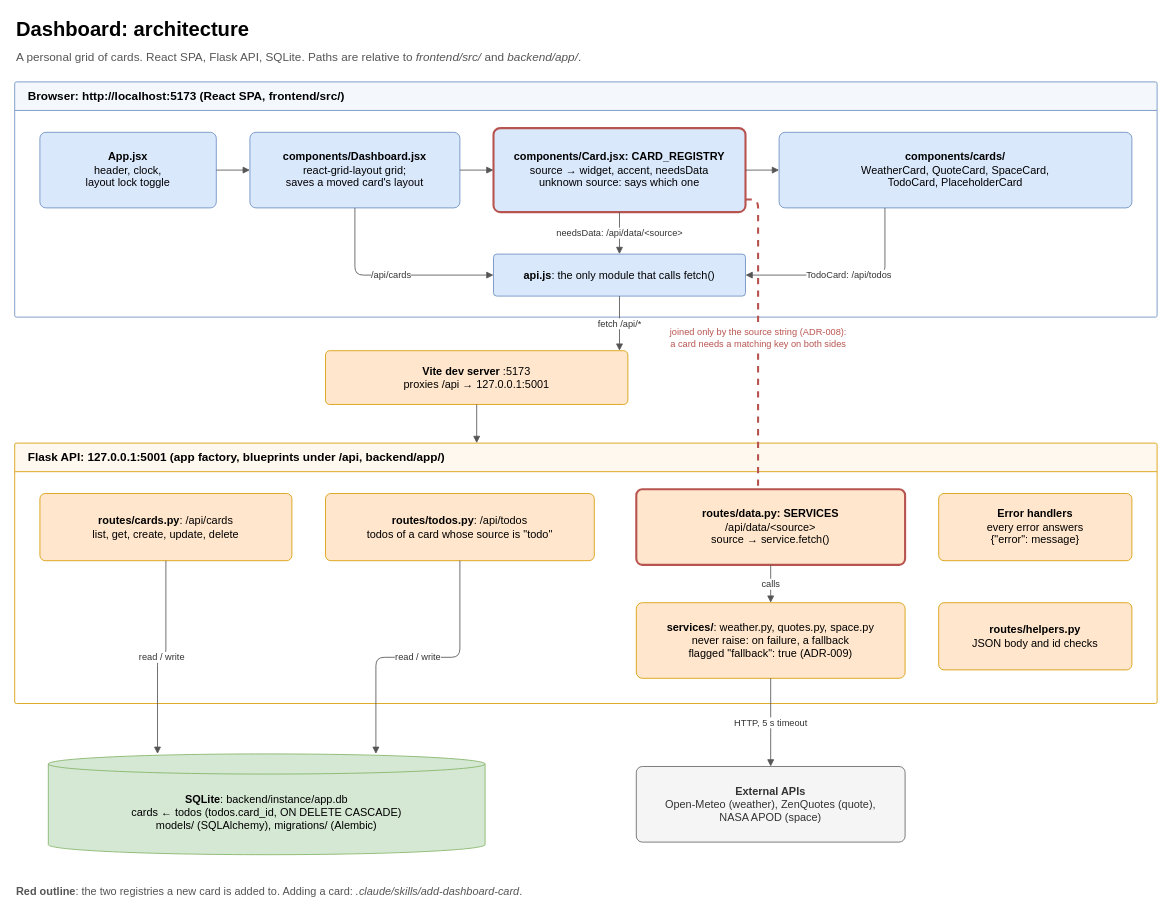
rearc/agentic_ide_demo_app_public keeps this draw.io diagram as docs/architecture.drawio. Above is the earlier version. Source tidied: cells renumbered, new cells numbered last; positions are measured from the earlier drawing's top-left corner, leaving out a move shared by most shapes. Both pictures are drawn from the tidied source at 84%, with x=0, y=0 at pixel (14, 14).
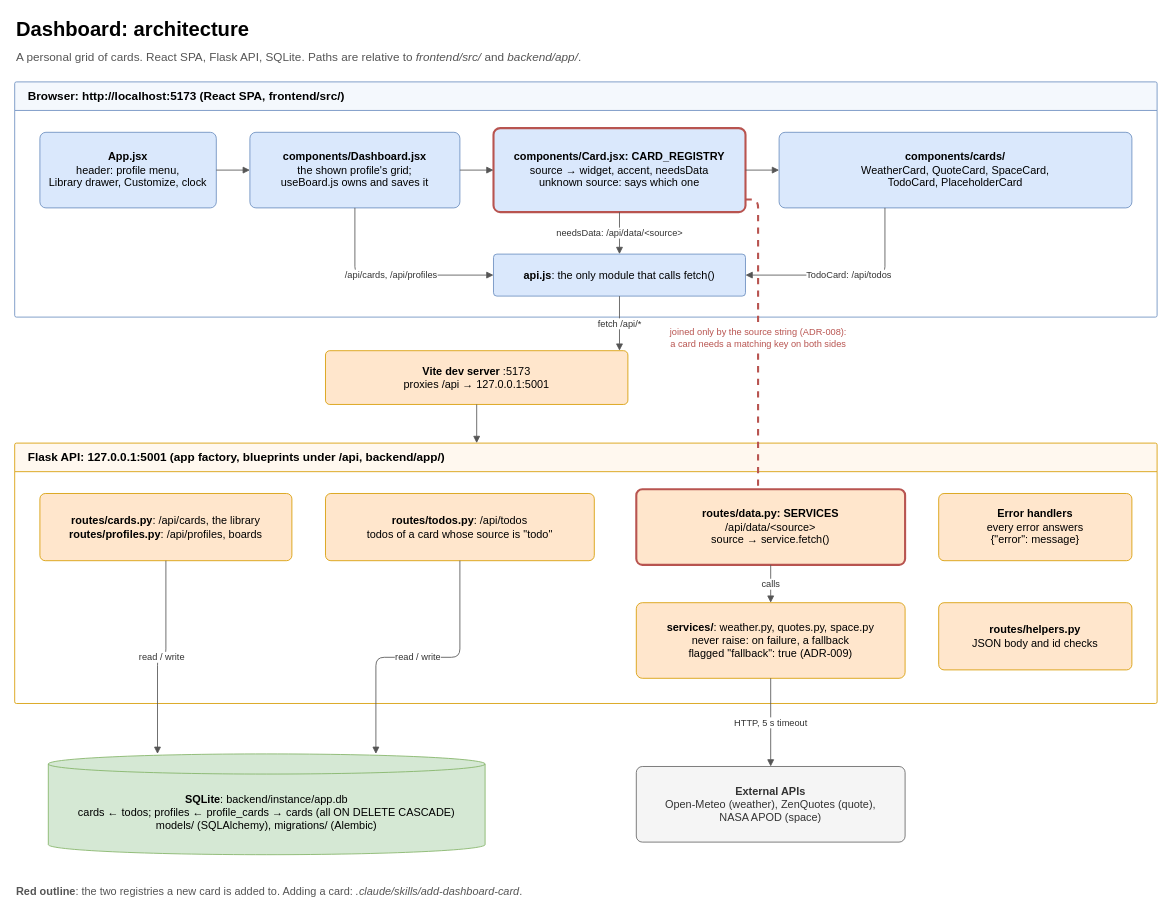
The same diagram, later.

Commit message (it also covers changes not shown here):
Update: architecture diagram - profiles, the library and useBoard

Unchanged cells that the change refers to:
```xml
<mxCell id="4" value="Browser: http://localhost:5173 (React SPA, frontend/src/)" style="swimlane;startSize=34;html=1;fontSize=14;fontStyle=1;rounded=1;arcSize=2;swimlaneLine=1;align=left;spacingLeft=14;fillColor=#f4f8fd;strokeColor=#6c8ebf;swimlaneFillColor=#ffffff;" parent="1" vertex="1">
  <mxGeometry y="80" width="1360" height="280" as="geometry" />
</mxCell>
<mxCell id="9" value="&lt;b&gt;api.js&lt;/b&gt;: the only module that calls fetch()" style="rounded=1;whiteSpace=wrap;html=1;arcSize=8;fontSize=13;spacing=8;fillColor=#dae8fc;strokeColor=#6c8ebf;" parent="4" vertex="1">
  <mxGeometry x="570" y="205" width="300" height="50" as="geometry" />
</mxCell>
<mxCell id="18" value="Flask API: 127.0.0.1:5001 (app factory, blueprints under /api, backend/app/)" style="swimlane;startSize=34;html=1;fontSize=14;fontStyle=1;rounded=1;arcSize=2;swimlaneLine=1;align=left;spacingLeft=14;fillColor=#fff8ef;strokeColor=#d79b00;swimlaneFillColor=#ffffff;" parent="1" vertex="1">
  <mxGeometry y="510" width="1360" height="310" as="geometry" />
</mxCell>
```

Change to the diagram source:
```diff
@@
-    <mxCell id="5" value="&lt;b&gt;App.jsx&lt;/b&gt;&lt;br&gt;header, clock,&lt;br&gt;layout lock toggle" style="rounded=1;whiteSpace=wrap;html=1;arcSize=8;fontSize=13;spacing=8;fillColor=#dae8fc;strokeColor=#6c8ebf;" parent="4" vertex="1">
+    <mxCell id="5" value="&lt;b&gt;App.jsx&lt;/b&gt;&lt;br&gt;header: profile menu,&lt;br&gt;Library drawer, Customize, clock" style="rounded=1;whiteSpace=wrap;html=1;arcSize=8;fontSize=13;spacing=8;fillColor=#dae8fc;strokeColor=#6c8ebf;" parent="4" vertex="1">
       <mxGeometry x="30" y="60" width="210" height="90" as="geometry" />
     </mxCell>
-    <mxCell id="6" value="&lt;b&gt;components/Dashboard.jsx&lt;/b&gt;&lt;br&gt;react-grid-layout grid;&lt;br&gt;saves a moved card's layout" style="rounded=1;whiteSpace=wrap;html=1;arcSize=8;fontSize=13;spacing=8;fillColor=#dae8fc;strokeColor=#6c8ebf;" parent="4" vertex="1">
+    <mxCell id="6" value="&lt;b&gt;components/Dashboard.jsx&lt;/b&gt;&lt;br&gt;the shown profile's grid;&lt;br&gt;useBoard.js owns and saves it" style="rounded=1;whiteSpace=wrap;html=1;arcSize=8;fontSize=13;spacing=8;fillColor=#dae8fc;strokeColor=#6c8ebf;" parent="4" vertex="1">
       <mxGeometry x="280" y="60" width="250" height="90" as="geometry" />
     </mxCell>
@@
-    <mxCell id="14" value="/api/cards" style="edgeStyle=orthogonalEdgeStyle;rounded=1;jettySize=auto;html=1;fontSize=11;labelBackgroundColor=#ffffff;endArrow=block;endFill=1;strokeColor=#555555;fontColor=#333333;exitX=0.5;exitY=1;entryX=0;entryY=0.5;" parent="4" edge="1" source="6" target="9">
+    <mxCell id="14" value="/api/cards, /api/profiles" style="edgeStyle=orthogonalEdgeStyle;rounded=1;jettySize=auto;html=1;fontSize=11;labelBackgroundColor=#ffffff;endArrow=block;endFill=1;strokeColor=#555555;fontColor=#333333;exitX=0.5;exitY=1;entryX=0;entryY=0.5;" parent="4" edge="1" source="6" target="9">
       <mxGeometry relative="1" as="geometry" />
     </mxCell>
@@
-    <mxCell id="19" value="&lt;b&gt;routes/cards.py&lt;/b&gt;: /api/cards&lt;br&gt;list, get, create, update, delete" style="rounded=1;whiteSpace=wrap;html=1;arcSize=8;fontSize=13;spacing=8;fillColor=#ffe6cc;strokeColor=#d79b00;" parent="18" vertex="1">
+    <mxCell id="19" value="&lt;b&gt;routes/cards.py&lt;/b&gt;: /api/cards, the library&lt;br&gt;&lt;b&gt;routes/profiles.py&lt;/b&gt;: /api/profiles, boards" style="rounded=1;whiteSpace=wrap;html=1;arcSize=8;fontSize=13;spacing=8;fillColor=#ffe6cc;strokeColor=#d79b00;" parent="18" vertex="1">
       <mxGeometry x="30" y="60" width="300" height="80" as="geometry" />
     </mxCell>
@@
-    <mxCell id="27" value="&lt;b&gt;SQLite&lt;/b&gt;: backend/instance/app.db&lt;br&gt;cards &amp;#8592; todos (todos.card_id, ON DELETE CASCADE)&lt;br&gt;models/ (SQLAlchemy), migrations/ (Alembic)" style="shape=cylinder3;whiteSpace=wrap;html=1;boundedLbl=1;size=12;fontSize=13;fillColor=#d5e8d4;strokeColor=#82b366;" parent="1" vertex="1">
+    <mxCell id="27" value="&lt;b&gt;SQLite&lt;/b&gt;: backend/instance/app.db&lt;br&gt;cards &amp;#8592; todos; profiles &amp;#8592; profile_cards &amp;#8594; cards (all ON DELETE CASCADE)&lt;br&gt;models/ (SQLAlchemy), migrations/ (Alembic)" style="shape=cylinder3;whiteSpace=wrap;html=1;boundedLbl=1;size=12;fontSize=13;fillColor=#d5e8d4;strokeColor=#82b366;" parent="1" vertex="1">
       <mxGeometry x="40" y="880" width="520" height="120" as="geometry" />
     </mxCell>
```
